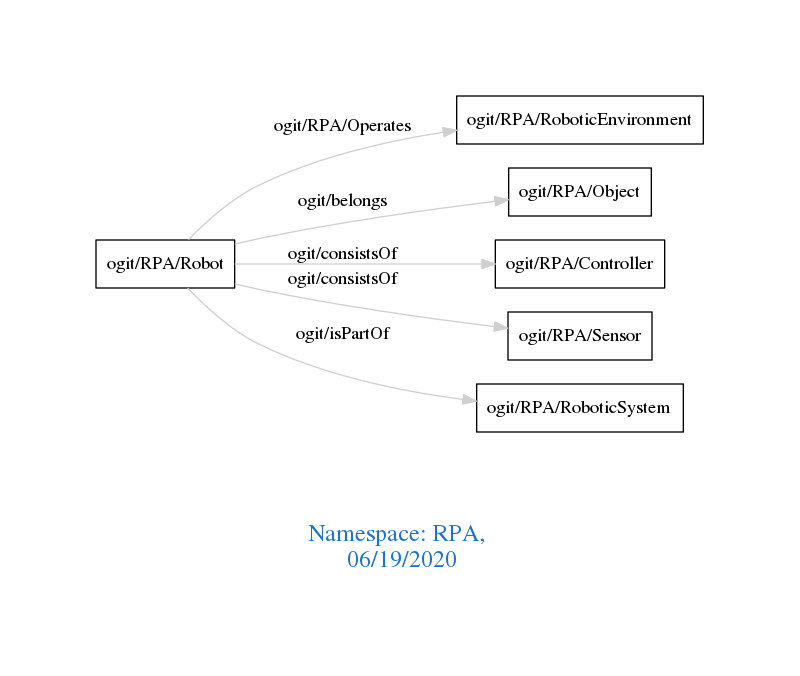
arago/OGIT keeps this Graphviz diagram as downloads/RPA.png. Above is the earlier version. Its source is kept beside it as downloads/RPA.dot.
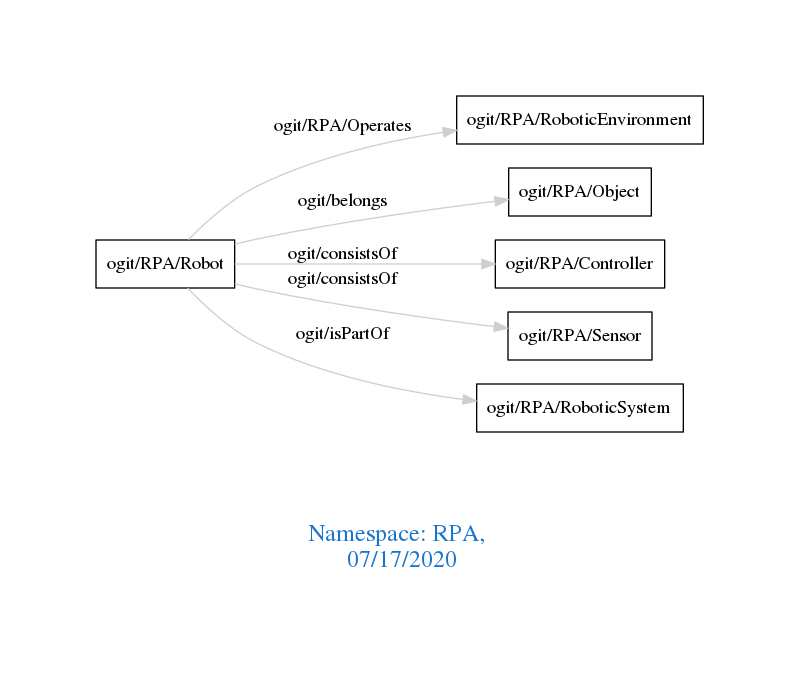
Above is the later version.

What changed in the source:
```diff
@@ -1,7 +1,7 @@
 digraph OGIT_ontology {
  graph [ rankdir= LR,pad=1
 fontsize = 18,
-fontcolor= dodgerblue3,label = "\n\n\nNamespace: RPA, \n 06/19/2020"];
+fontcolor= dodgerblue3,label = "\n\n\nNamespace: RPA, \n 07/17/2020"];
 node[shape=polygon];
 edge [  color="gray81"];
 
```
